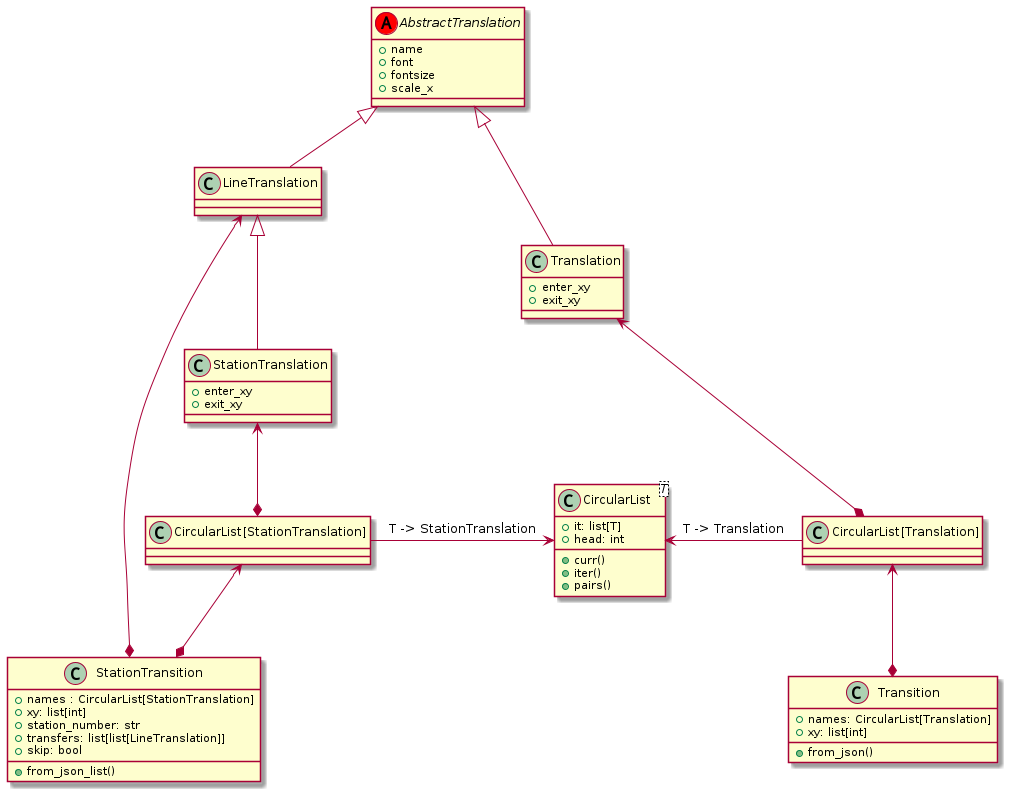
This is settings/puml/render/classes.png from akazukin5151/metroani, a PlantUML export, as it was before one commit.
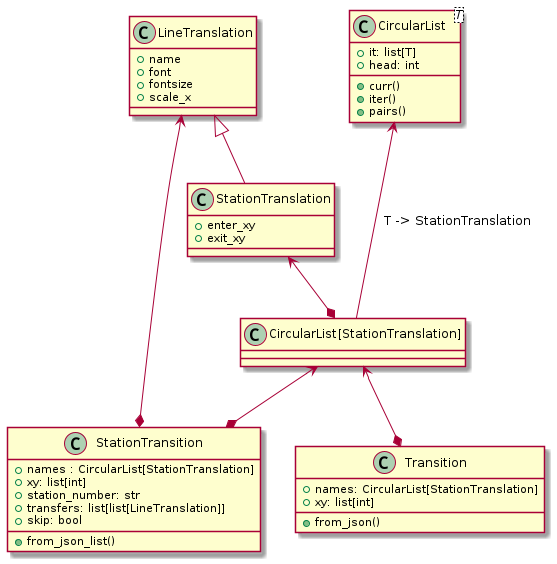
Above is the later version.

Commit message:
Merge AbstractTranslation and StationTranslation

What changed in the source:
```diff
@@ -1,21 +1,13 @@
 @startuml
 
-abstract class AbstractTranslation <<(A, red)>> {
+class LineTranslation {
     +name
     +font
     +fontsize
     +scale_x
 }
 
-class LineTranslation extends AbstractTranslation {
-}
-
 class StationTranslation extends LineTranslation {
-    +enter_xy
-    +exit_xy
-}
-
-class Translation extends AbstractTranslation {
     +enter_xy
     +exit_xy
 }
@@ -29,7 +21,7 @@
 }
 
 class Transition {
-    +names: CircularList[Translation]
+    +names: CircularList[StationTranslation]
     +xy: list[int]
     +from_json()
 }
@@ -44,12 +36,10 @@
 }
 
 
-"CircularList[Translation]" -left-> CircularList: T -> Translation
-"CircularList[StationTranslation]" -right-> CircularList: T -> StationTranslation
-"CircularList[Translation]" *-up-> Translation
+"CircularList[StationTranslation]" --up-> CircularList: T -> StationTranslation
 "CircularList[StationTranslation]" *-up-> StationTranslation
 
-Transition *-up-> "CircularList[Translation]"
+Transition *-up-> "CircularList[StationTranslation]"
 StationTransition *-up-> "CircularList[StationTranslation]"
 StationTransition *-up--> LineTranslation
 
```
